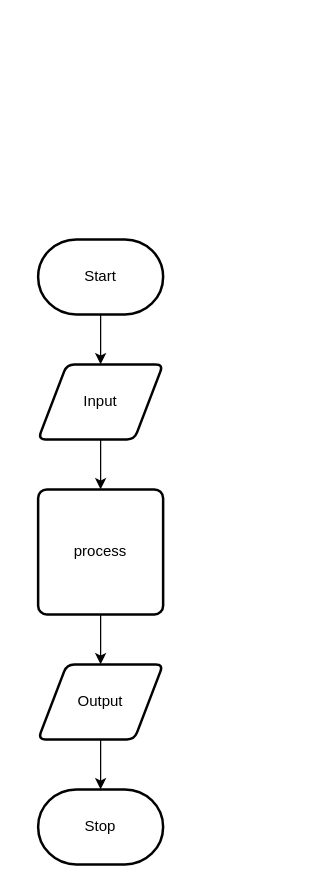
This is design/flow-chart.drawio from ekaterina-chernykh/ICS20-Unit-5-04, a draw.io file, before an edit. Source tidied: cells renumbered, new cells numbered last; positions are measured from the earlier drawing's top-left corner, leaving out a move shared by most shapes. Both pictures are drawn from the tidied source at 125%, with x=0, y=0 at pixel (38, 239).
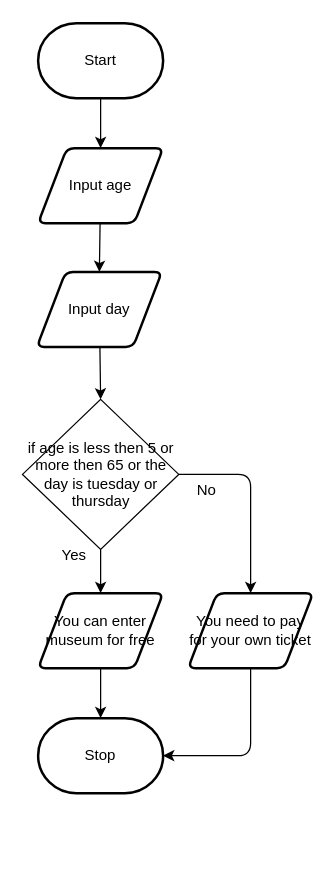
After the change.

Commit message (it also covers changes not shown here):
flowchart and story board

Diff of the diagram source:
```diff
@@
     <mxCell id="3" value="Start" style="strokeWidth=2;html=1;shape=mxgraph.flowchart.terminator;whiteSpace=wrap;" parent="1" vertex="1">
-      <mxGeometry width="100" height="60" as="geometry" />
+      <mxGeometry y="-173" width="100" height="60" as="geometry" />
     </mxCell>
-    <mxCell id="4" style="edgeStyle=none;html=1;" parent="1" edge="1" source="5" target="7">
+    <mxCell id="4" style="edgeStyle=none;html=1;entryX=0.5;entryY=0;entryDx=0;entryDy=0;" parent="1" edge="1" source="5" target="12">
       <mxGeometry relative="1" as="geometry" />
     </mxCell>
-    <mxCell id="5" value="Input" style="shape=parallelogram;html=1;strokeWidth=2;perimeter=parallelogramPerimeter;whiteSpace=wrap;rounded=1;arcSize=12;size=0.23;" parent="1" vertex="1">
-      <mxGeometry y="100" width="100" height="60" as="geometry" />
+    <mxCell id="5" value="Input age" style="shape=parallelogram;html=1;strokeWidth=2;perimeter=parallelogramPerimeter;whiteSpace=wrap;rounded=1;arcSize=12;size=0.23;" parent="1" vertex="1">
+      <mxGeometry y="-73" width="100" height="60" as="geometry" />
     </mxCell>
-    <mxCell id="6" style="edgeStyle=none;html=1;" parent="1" edge="1" source="7" target="9">
+    <mxCell id="6" style="edgeStyle=none;html=1;exitX=0.5;exitY=1;exitDx=0;exitDy=0;" parent="1" edge="1" source="14" target="9">
       <mxGeometry relative="1" as="geometry" />
     </mxCell>
-    <mxCell id="7" value="process" style="rounded=1;whiteSpace=wrap;html=1;absoluteArcSize=1;arcSize=14;strokeWidth=2;" parent="1" vertex="1">
-      <mxGeometry y="200" width="100" height="100" as="geometry" />
-    </mxCell>
@@
-    <mxCell id="9" value="Output" style="shape=parallelogram;html=1;strokeWidth=2;perimeter=parallelogramPerimeter;whiteSpace=wrap;rounded=1;arcSize=12;size=0.23;" parent="1" vertex="1">
-      <mxGeometry y="340" width="100" height="60" as="geometry" />
+    <mxCell id="9" value="You can enter museum for free" style="shape=parallelogram;html=1;strokeWidth=2;perimeter=parallelogramPerimeter;whiteSpace=wrap;rounded=1;arcSize=12;size=0.23;" parent="1" vertex="1">
+      <mxGeometry y="283" width="100" height="60" as="geometry" />
     </mxCell>
     <mxCell id="10" value="Stop" style="strokeWidth=2;html=1;shape=mxgraph.flowchart.terminator;whiteSpace=wrap;" parent="1" vertex="1">
-      <mxGeometry y="440" width="100" height="60" as="geometry" />
+      <mxGeometry y="383" width="100" height="60" as="geometry" />
     </mxCell>
+    <mxCell id="11" style="edgeStyle=none;html=1;entryX=0.5;entryY=0;entryDx=0;entryDy=0;" parent="1" edge="1" source="12" target="14">
+      <mxGeometry relative="1" as="geometry" />
+    </mxCell>
+    <mxCell id="12" value="Input day" style="shape=parallelogram;html=1;strokeWidth=2;perimeter=parallelogramPerimeter;whiteSpace=wrap;rounded=1;arcSize=12;size=0.23;" parent="1" vertex="1">
+      <mxGeometry x="-1" y="26" width="100" height="60" as="geometry" />
+    </mxCell>
+    <mxCell id="13" style="edgeStyle=none;html=1;exitX=1;exitY=0.5;exitDx=0;exitDy=0;entryX=0.5;entryY=0;entryDx=0;entryDy=0;" parent="1" edge="1" source="14" target="18">
+      <mxGeometry relative="1" as="geometry">
+        <Array as="points">
+          <mxPoint x="170" y="188" />
+        </Array>
+      </mxGeometry>
+    </mxCell>
+    <mxCell id="14" value="if age is less then 5 or more then 65 or the day is tuesday or thursday" style="rhombus;whiteSpace=wrap;html=1;" parent="1" vertex="1">
+      <mxGeometry x="-12.5" y="128" width="125" height="120" as="geometry" />
+    </mxCell>
+    <mxCell id="15" value="Yes" style="text;html=1;strokeColor=none;fillColor=none;align=center;verticalAlign=middle;whiteSpace=wrap;rounded=0;" parent="1" vertex="1">
+      <mxGeometry x="-1" y="238" width="60" height="30" as="geometry" />
+    </mxCell>
+    <mxCell id="16" value="No" style="text;html=1;strokeColor=none;fillColor=none;align=center;verticalAlign=middle;whiteSpace=wrap;rounded=0;" parent="1" vertex="1">
+      <mxGeometry x="105" y="186" width="60" height="30" as="geometry" />
+    </mxCell>
+    <mxCell id="17" style="edgeStyle=none;html=1;exitX=0.5;exitY=1;exitDx=0;exitDy=0;entryX=1;entryY=0.5;entryDx=0;entryDy=0;entryPerimeter=0;" parent="1" edge="1" source="18" target="10">
+      <mxGeometry relative="1" as="geometry">
+        <Array as="points">
+          <mxPoint x="170" y="413" />
+        </Array>
+      </mxGeometry>
+    </mxCell>
+    <mxCell id="18" value="You need to pay for your own ticket" style="shape=parallelogram;html=1;strokeWidth=2;perimeter=parallelogramPerimeter;whiteSpace=wrap;rounded=1;arcSize=12;size=0.23;" parent="1" vertex="1">
+      <mxGeometry x="120" y="283" width="100" height="60" as="geometry" />
+    </mxCell>
```
